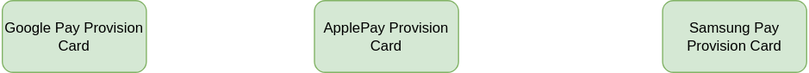
This is Work Samples/WF/Bouncy_Castle_Dependencies_Removal.drawio.svg from uchiharizvi/design-diagrams, a draw.io export, as it was before one commit. Source tidied: cells renumbered, new cells last; positions are measured from the earlier drawing's top-left corner, leaving out a move shared by most shapes.
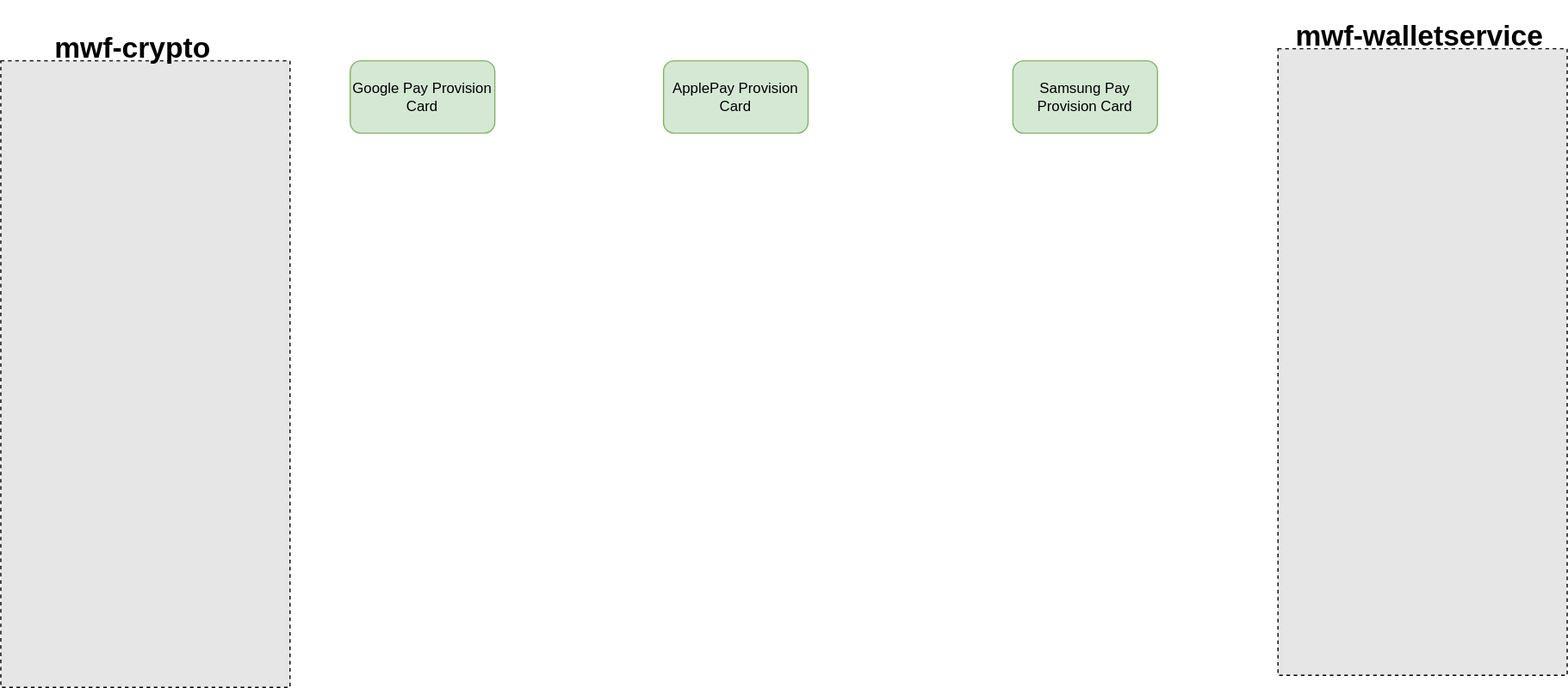
Above is the later version.

The edit, as a diff of the source:
```diff
@@ -11,5 +11,17 @@
     <mxCell id="4" value="Samsung Pay Provision Card" style="rounded=1;whiteSpace=wrap;html=1;fillColor=#d5e8d4;strokeColor=#82b366;" parent="1" vertex="1">
       <mxGeometry x="550" width="120" height="60" as="geometry" />
     </mxCell>
+    <mxCell id="5" style="rounded=0;whiteSpace=wrap;html=1;dashed=1;fillColor=#E6E6E6;" parent="1" vertex="1">
+      <mxGeometry x="-290" width="240" height="520" as="geometry" />
+    </mxCell>
+    <mxCell id="6" value="&lt;h1&gt;mwf-crypto&lt;/h1&gt;" style="text;html=1;spacing=5;spacingTop=-20;whiteSpace=wrap;overflow=hidden;rounded=0;" parent="1" vertex="1">
+      <mxGeometry x="-250" y="-30" width="190" height="120" as="geometry" />
+    </mxCell>
+    <mxCell id="7" value="&lt;h1&gt;mwf-walletservice&lt;/h1&gt;" style="text;html=1;spacing=5;spacingTop=-20;whiteSpace=wrap;overflow=hidden;rounded=0;" parent="1" vertex="1">
+      <mxGeometry x="780" y="-40" width="220" height="120" as="geometry" />
+    </mxCell>
+    <mxCell id="8" style="rounded=0;whiteSpace=wrap;html=1;dashed=1;fillColor=#E6E6E6;" parent="1" vertex="1">
+      <mxGeometry x="770" y="-10" width="240" height="520" as="geometry" />
+    </mxCell>
   </root>
 </mxGraphModel>
```
